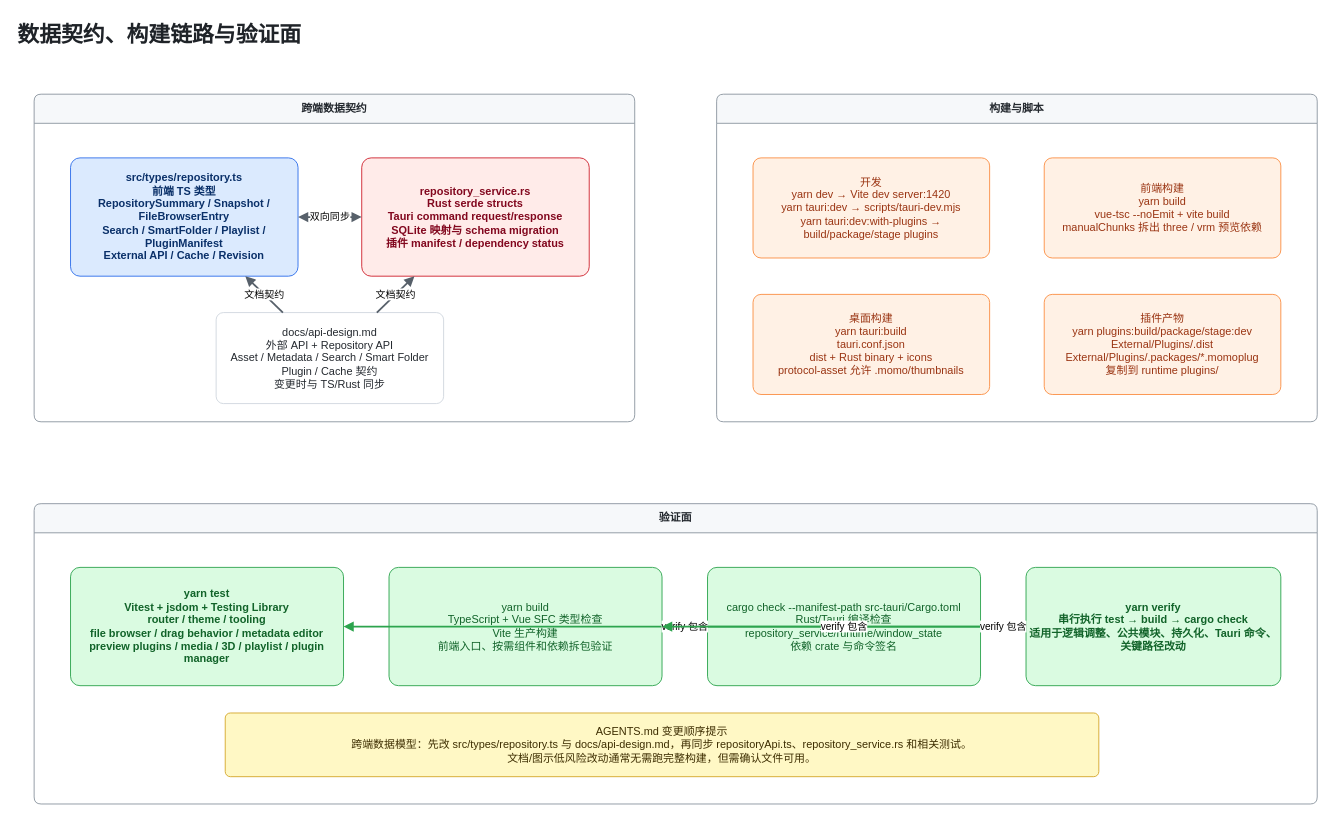
Above: page "05 契约与验证" (5 of 6) of docs/project-architecture.drawio in sena-nana/MomoBako (draw.io), before the change. Source tidied: cells renumbered, new cells numbered last; positions are measured from the earlier drawing's top-left corner, leaving out a move shared by most shapes. Both pictures are drawn from the tidied source at 91%, with x=0, y=0 at pixel (15, 15).
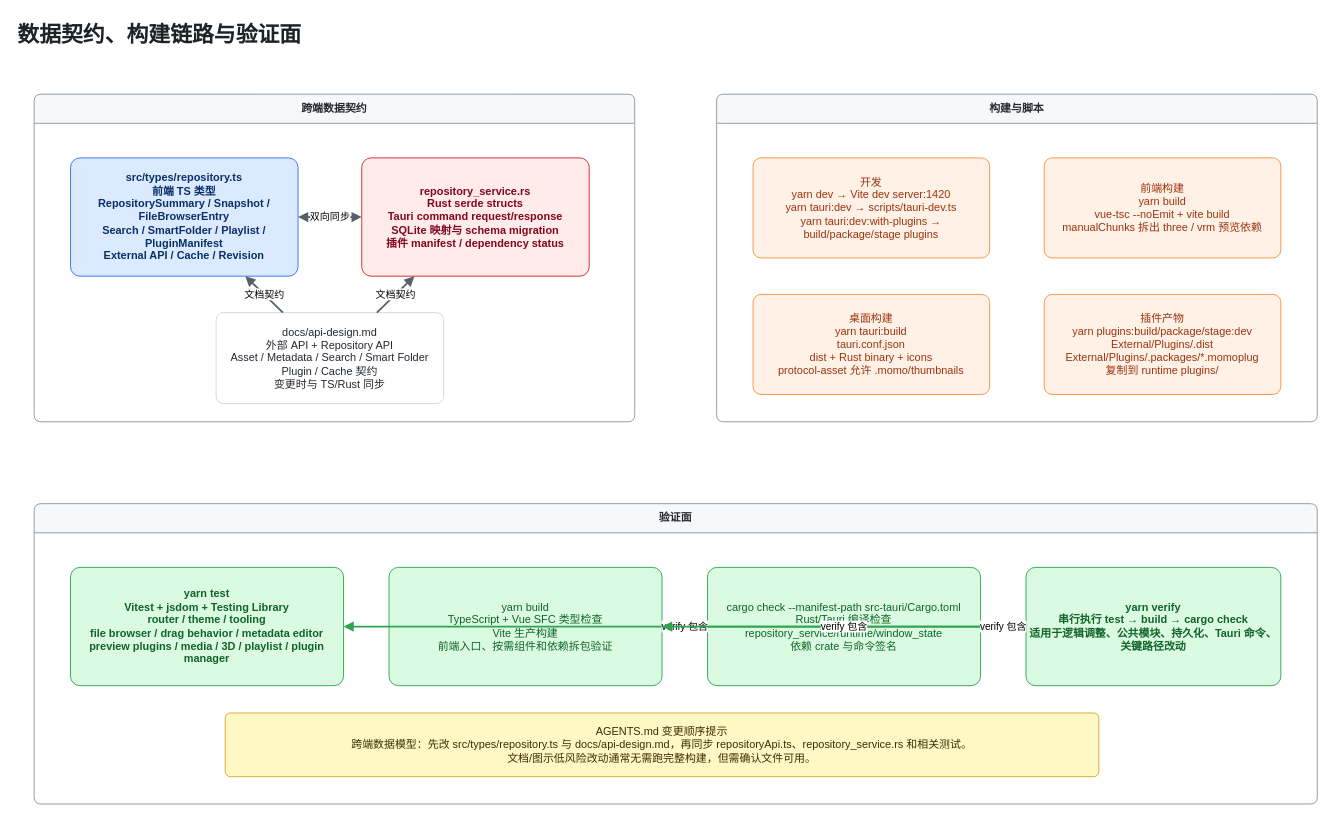
The same diagram, later.

The change refers to these unchanged cells:
```xml
<mxCell id="7" value="构建与脚本" style="swimlane;whiteSpace=wrap;html=1;rounded=1;startSize=32;fillColor=#f6f8fa;strokeColor=#8c959f;fontColor=#24292f;arcSize=8;fontStyle=1;" parent="1" vertex="1">
  <mxGeometry x="770" y="86" width="660" height="360" as="geometry" />
</mxCell>
```

What changed in the source:
```diff
@@
-    <mxCell id="8" value="开发&#10;yarn dev → Vite dev server:1420&#10;yarn tauri:dev → scripts/tauri-dev.mjs&#10;yarn tauri:dev:with-plugins → build/package/stage plugins" style="rounded=1;whiteSpace=wrap;html=1;fillColor=#fff1e5;strokeColor=#fb8f44;fontColor=#9a3412;arcSize=8;" parent="7" vertex="1">
+    <mxCell id="8" value="开发&#10;yarn dev → Vite dev server:1420&#10;yarn tauri:dev → scripts/tauri-dev.ts&#10;yarn tauri:dev:with-plugins → build/package/stage plugins" style="rounded=1;whiteSpace=wrap;html=1;fillColor=#fff1e5;strokeColor=#fb8f44;fontColor=#9a3412;arcSize=8;" parent="7" vertex="1">
       <mxGeometry x="40" y="70" width="260" height="110" as="geometry" />
     </mxCell>
```
